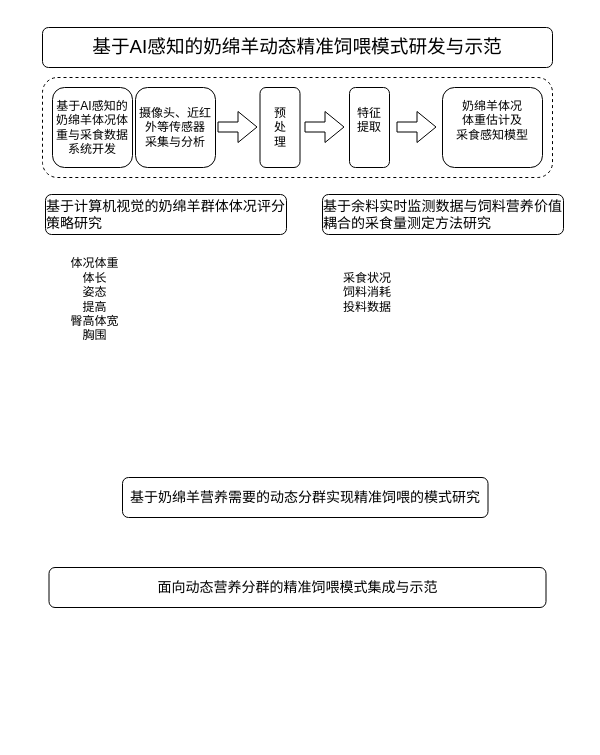
Before: 奶绵羊.drawio in yzy1421/Amateur-women-basketball-in-China, a draw.io diagram. Source tidied: cells renumbered, new cells numbered last; positions are measured from the earlier drawing's top-left corner, leaving out a move shared by most shapes. Both pictures are drawn from the tidied source at 100%, with x=0, y=0 at pixel (42, 27). Pictures stored in the file or linked from it are replaced by grey dashed boxes.
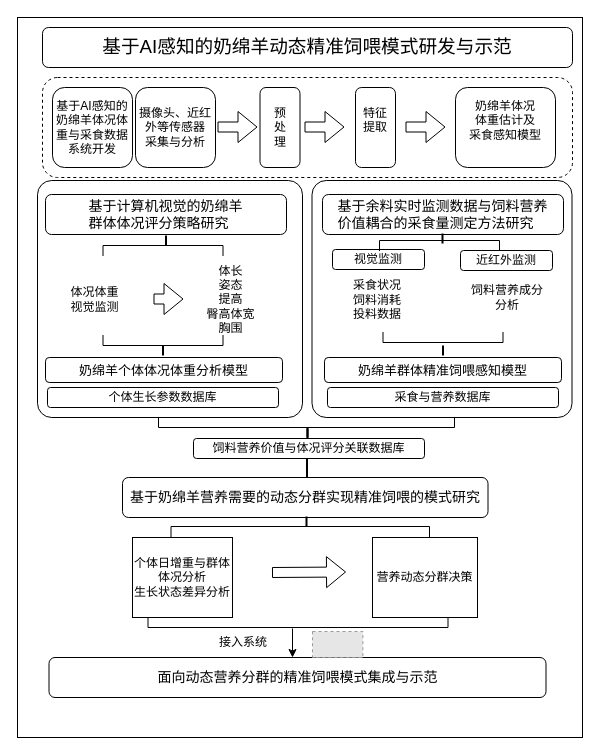
The same diagram, later.

Commit message:
更新奶绵羊.drawio

Change to the diagram source:
```diff
@@
+    <mxCell id="18" style="rounded=0;whiteSpace=wrap;html=1;" parent="1" vertex="1">
+      <mxGeometry x="-25" y="-10" width="565" height="720" as="geometry" />
+    </mxCell>
+    <mxCell id="19" style="rounded=1;whiteSpace=wrap;html=1;arcSize=6;" parent="1" vertex="1">
+      <mxGeometry x="269.5" y="153" width="260" height="237" as="geometry" />
+    </mxCell>
+    <mxCell id="20" style="rounded=1;whiteSpace=wrap;html=1;arcSize=6;" parent="1" vertex="1">
+      <mxGeometry x="-5" y="153" width="265" height="237" as="geometry" />
+    </mxCell>
     <mxCell id="2" value="&lt;p style=&quot;margin: 0pt 0pt 0.0001pt; text-align: justify; font-family: Calibri; font-size: 10.5pt;&quot; class=&quot;MsoNormal&quot;&gt;&lt;span style=&quot;font-family: 楷体; font-size: 14pt;&quot;&gt;&lt;font face=&quot;楷体&quot;&gt;基于&lt;/font&gt;&lt;font face=&quot;楷体&quot;&gt;AI感知的奶绵羊动态精准饲喂模式研发与示范&lt;/font&gt;&lt;/span&gt;&lt;/p&gt;" style="rounded=1;whiteSpace=wrap;html=1;" parent="1" vertex="1">
-      <mxGeometry width="510" height="40" as="geometry" />
+      <mxGeometry width="530" height="40" as="geometry" />
     </mxCell>
-    <mxCell id="3" value="&lt;p style=&quot;margin: 0pt 0pt 0.0001pt; text-align: justify; font-family: &amp;quot;Times New Roman&amp;quot;;&quot; class=&quot;MsoNormal&quot;&gt;&lt;span style=&quot;font-family: 宋体;&quot;&gt;&lt;font style=&quot;font-size: 14px;&quot;&gt;基于计算机视觉的奶绵羊群体&lt;/font&gt;&lt;/span&gt;&lt;span style=&quot;font-size: 14px; font-family: 宋体; background-color: transparent; color: light-dark(rgb(0, 0, 0), rgb(255, 255, 255));&quot;&gt;体况评分策略研究&lt;/span&gt;&lt;/p&gt;" style="rounded=1;whiteSpace=wrap;html=1;" parent="1" vertex="1">
+    <mxCell id="3" value="&lt;p style=&quot;margin: 0pt 0pt 0.0001pt; text-align: justify; font-family: &amp;quot;Times New Roman&amp;quot;;&quot; class=&quot;MsoNormal&quot;&gt;&lt;span style=&quot;font-family: 宋体;&quot;&gt;&lt;font style=&quot;font-size: 14px;&quot;&gt;基于计算机视觉的奶绵&lt;/font&gt;&lt;/span&gt;&lt;span style=&quot;background-color: transparent; color: light-dark(rgb(0, 0, 0), rgb(255, 255, 255)); font-family: 宋体;&quot;&gt;&lt;font style=&quot;font-size: 14px;&quot;&gt;羊&lt;/font&gt;&lt;/span&gt;&lt;/p&gt;&lt;p style=&quot;margin: 0pt 0pt 0.0001pt; text-align: justify; font-family: &amp;quot;Times New Roman&amp;quot;;&quot; class=&quot;MsoNormal&quot;&gt;&lt;span style=&quot;background-color: transparent; color: light-dark(rgb(0, 0, 0), rgb(255, 255, 255)); font-family: 宋体;&quot;&gt;&lt;font style=&quot;font-size: 14px;&quot;&gt;群体&lt;/font&gt;&lt;/span&gt;&lt;span style=&quot;background-color: transparent; color: light-dark(rgb(0, 0, 0), rgb(255, 255, 255)); font-family: 宋体; font-size: 14px;&quot;&gt;体况评分策略研究&lt;/span&gt;&lt;/p&gt;" style="rounded=1;whiteSpace=wrap;html=1;" parent="1" vertex="1">
       <mxGeometry x="3" y="167" width="241" height="40" as="geometry" />
     </mxCell>
-    <mxCell id="4" value="&lt;p style=&quot;margin: 0pt 0pt 0.0001pt; text-align: justify; font-family: &amp;quot;Times New Roman&amp;quot;;&quot; class=&quot;MsoNormal&quot;&gt;&lt;span style=&quot;font-family: 宋体;&quot;&gt;&lt;font style=&quot;font-size: 14px;&quot;&gt;基于余料实时监测数据与饲料营养价值耦合的采食量测定方法研究&lt;/font&gt;&lt;/span&gt;&lt;/p&gt;" style="rounded=1;whiteSpace=wrap;html=1;" parent="1" vertex="1">
+    <mxCell id="4" value="&lt;p style=&quot;margin: 0pt 0pt 0.0001pt; text-align: justify; font-family: &amp;quot;Times New Roman&amp;quot;;&quot; class=&quot;MsoNormal&quot;&gt;&lt;span style=&quot;font-family: 宋体;&quot;&gt;&lt;font style=&quot;font-size: 14px;&quot;&gt;基于余料实时监测数据与&lt;/font&gt;&lt;/span&gt;&lt;span style=&quot;font-size: 14px; font-family: 宋体; background-color: transparent; color: light-dark(rgb(0, 0, 0), rgb(255, 255, 255));&quot;&gt;饲料&lt;/span&gt;&lt;span style=&quot;background-color: transparent; color: light-dark(rgb(0, 0, 0), rgb(255, 255, 255)); font-family: 宋体; font-size: 14px;&quot;&gt;营养&lt;/span&gt;&lt;/p&gt;&lt;p style=&quot;margin: 0pt 0pt 0.0001pt; text-align: justify; font-family: &amp;quot;Times New Roman&amp;quot;;&quot; class=&quot;MsoNormal&quot;&gt;&lt;span style=&quot;background-color: transparent; color: light-dark(rgb(0, 0, 0), rgb(255, 255, 255)); font-family: 宋体; font-size: 14px;&quot;&gt;价值耦合&lt;/span&gt;&lt;span style=&quot;background-color: transparent; color: light-dark(rgb(0, 0, 0), rgb(255, 255, 255)); font-family: 宋体; font-size: 14px;&quot;&gt;的采食量测定方法研究&lt;/span&gt;&lt;/p&gt;" style="rounded=1;whiteSpace=wrap;html=1;" parent="1" vertex="1">
       <mxGeometry x="280" y="167" width="241" height="40" as="geometry" />
     </mxCell>
@@
     <mxCell id="6" value="&lt;p style=&quot;margin: 0pt 0pt 0.0001pt; text-align: justify; font-family: &amp;quot;Times New Roman&amp;quot;;&quot; class=&quot;MsoNormal&quot;&gt;&lt;span style=&quot;font-family: 宋体;&quot;&gt;&lt;font style=&quot;font-size: 14px;&quot;&gt;面向动态营养分群的精准饲喂模式集成与示范&lt;/font&gt;&lt;/span&gt;&lt;/p&gt;" style="rounded=1;whiteSpace=wrap;html=1;" parent="1" vertex="1">
-      <mxGeometry x="6.5" y="540" width="497" height="40" as="geometry" />
+      <mxGeometry x="6.5" y="630" width="497" height="40" as="geometry" />
     </mxCell>
-    <mxCell id="7" value="采食状况&lt;div&gt;饲料消耗&lt;/div&gt;&lt;div&gt;投料数据&lt;br&gt;&lt;div&gt;&lt;br&gt;&lt;/div&gt;&lt;/div&gt;" style="rounded=0;whiteSpace=wrap;html=1;strokeColor=none;" parent="1" vertex="1">
-      <mxGeometry x="280" y="227" width="90" height="90" as="geometry" />
+    <mxCell id="7" value="&lt;div&gt;&lt;br&gt;&lt;/div&gt;&lt;div&gt;&lt;br&gt;&lt;/div&gt;&lt;div&gt;&lt;br&gt;&lt;/div&gt;采食状况&lt;div&gt;饲料消耗&lt;/div&gt;&lt;div&gt;投料数据&lt;/div&gt;&lt;div&gt;&lt;br&gt;&lt;div&gt;&lt;br&gt;&lt;/div&gt;&lt;/div&gt;" style="rounded=0;whiteSpace=wrap;html=1;strokeColor=none;" parent="1" vertex="1">
+      <mxGeometry x="290" y="226" width="90" height="77" as="geometry" />
     </mxCell>
-    <mxCell id="8" value="&lt;div&gt;&lt;div&gt;体况体重&lt;/div&gt;&lt;/div&gt;&lt;div&gt;体长&lt;/div&gt;&lt;div&gt;姿态&lt;/div&gt;&lt;div&gt;提高&lt;/div&gt;&lt;div&gt;臀高体宽&lt;/div&gt;&lt;div&gt;胸围&lt;/div&gt;" style="rounded=0;whiteSpace=wrap;html=1;strokeColor=none;" parent="1" vertex="1">
+    <mxCell id="8" value="&lt;div&gt;&lt;div&gt;体况体重&lt;/div&gt;&lt;/div&gt;&lt;div&gt;视觉监测&lt;/div&gt;" style="rounded=0;whiteSpace=wrap;html=1;strokeColor=none;" parent="1" vertex="1">
       <mxGeometry x="5" y="222" width="95" height="100" as="geometry" />
     </mxCell>
     <mxCell id="9" style="rounded=1;whiteSpace=wrap;html=1;dashed=1;" parent="1" vertex="1">
-      <mxGeometry y="50" width="510" height="100" as="geometry" />
+      <mxGeometry y="50" width="530" height="100" as="geometry" />
     </mxCell>
@@
     <mxCell id="13" value="特征&lt;div&gt;提取&lt;br&gt;&lt;div&gt;&lt;br&gt;&lt;/div&gt;&lt;/div&gt;" style="rounded=1;whiteSpace=wrap;html=1;flipH=0;flipV=0;horizontal=1;fontStyle=0;verticalAlign=middle;" parent="1" vertex="1">
-      <mxGeometry x="307" y="60" width="40" height="80" as="geometry" />
+      <mxGeometry x="313" y="60" width="40" height="80" as="geometry" />
     </mxCell>
     <mxCell id="14" value="&lt;span style=&quot;background-color: transparent; color: light-dark(rgb(0, 0, 0), rgb(255, 255, 255));&quot;&gt;奶绵羊&lt;/span&gt;&lt;span style=&quot;background-color: transparent; color: light-dark(rgb(0, 0, 0), rgb(255, 255, 255));&quot;&gt;体况&lt;/span&gt;&lt;div&gt;&lt;span style=&quot;background-color: transparent; color: light-dark(rgb(0, 0, 0), rgb(255, 255, 255));&quot;&gt;体重估计及&lt;/span&gt;&lt;/div&gt;&lt;div&gt;&lt;span style=&quot;background-color: transparent; color: light-dark(rgb(0, 0, 0), rgb(255, 255, 255));&quot;&gt;采食感知模型&lt;/span&gt;&lt;/div&gt;&lt;div&gt;&lt;div&gt;&lt;br&gt;&lt;/div&gt;&lt;/div&gt;" style="rounded=1;whiteSpace=wrap;html=1;flipH=0;flipV=0;horizontal=1;fontStyle=0;verticalAlign=middle;" parent="1" vertex="1">
-      <mxGeometry x="400" y="60" width="100" height="80" as="geometry" />
+      <mxGeometry x="413" y="60" width="100" height="80" as="geometry" />
     </mxCell>
     <mxCell id="15" style="shape=flexArrow;endArrow=classic;html=1;rounded=0;" parent="1" edge="1">
       <mxGeometry relative="1" as="geometry">
-        <mxPoint x="354" y="99.5" as="sourcePoint" />
-        <mxPoint x="394" y="99.5" as="targetPoint" />
+        <mxPoint x="363" y="99.5" as="sourcePoint" />
+        <mxPoint x="403" y="99.5" as="targetPoint" />
       </mxGeometry>
     </mxCell>
@@
+    <mxCell id="21" value="&lt;div&gt;&lt;br&gt;&lt;/div&gt;&lt;div&gt;&lt;br&gt;&lt;/div&gt;&lt;div&gt;饲料营养成分&lt;/div&gt;&lt;div&gt;分析&lt;br&gt;&lt;div&gt;&lt;br&gt;&lt;/div&gt;&lt;/div&gt;" style="rounded=0;whiteSpace=wrap;html=1;strokeColor=none;" parent="1" vertex="1">
+      <mxGeometry x="420" y="224" width="90" height="77" as="geometry" />
+    </mxCell>
+    <mxCell id="22" value="视觉监测" style="rounded=1;whiteSpace=wrap;html=1;" parent="1" vertex="1">
+      <mxGeometry x="290" y="222" width="92" height="20" as="geometry" />
+    </mxCell>
+    <mxCell id="23" value="近红外监测" style="rounded=1;whiteSpace=wrap;html=1;" parent="1" vertex="1">
+      <mxGeometry x="418" y="223" width="92" height="20" as="geometry" />
+    </mxCell>
+    <mxCell id="24" value="采食与营养数据库" style="rounded=1;whiteSpace=wrap;html=1;" parent="1" vertex="1">
+      <mxGeometry x="285" y="360" width="231" height="20" as="geometry" />
+    </mxCell>
+    <mxCell id="25" value="个体生长参数数据库" style="rounded=1;whiteSpace=wrap;html=1;" parent="1" vertex="1">
+      <mxGeometry x="5" y="360" width="231" height="20" as="geometry" />
+    </mxCell>
+    <mxCell id="26" style="shape=partialRectangle;whiteSpace=wrap;html=1;bottom=1;right=1;left=1;top=0;fillColor=none;routingCenterX=-0.5;rotation=-180;direction=west;" parent="1" vertex="1">
+      <mxGeometry x="116" y="390" width="296" height="10" as="geometry" />
+    </mxCell>
+    <mxCell id="27" style="line;strokeWidth=2;direction=south;html=1;" parent="1" vertex="1">
+      <mxGeometry x="260" y="401" width="10" height="10" as="geometry" />
+    </mxCell>
+    <mxCell id="28" value="饲料营养价值与体况评分关联数据库" style="rounded=1;whiteSpace=wrap;html=1;" parent="1" vertex="1">
+      <mxGeometry x="151" y="411" width="231" height="20" as="geometry" />
+    </mxCell>
+    <mxCell id="29" value="&lt;p style=&quot;margin: 0pt 0pt 0.0001pt; text-align: justify;&quot; class=&quot;MsoNormal&quot;&gt;&lt;font face=&quot;宋体&quot;&gt;&lt;span style=&quot;font-size: 13px;&quot;&gt;奶绵羊个体体况体重分析模型&lt;/span&gt;&lt;/font&gt;&lt;/p&gt;" style="rounded=1;whiteSpace=wrap;html=1;" parent="1" vertex="1">
+      <mxGeometry x="3" y="330" width="237" height="25" as="geometry" />
+    </mxCell>
+    <mxCell id="30" value="&lt;p style=&quot;margin: 0pt 0pt 0.0001pt; text-align: justify;&quot; class=&quot;MsoNormal&quot;&gt;&lt;font face=&quot;宋体&quot;&gt;&lt;span style=&quot;font-size: 13px;&quot;&gt;奶绵羊群体精准饲喂感知模型&lt;/span&gt;&lt;/font&gt;&lt;/p&gt;" style="rounded=1;whiteSpace=wrap;html=1;" parent="1" vertex="1">
+      <mxGeometry x="282" y="330" width="237" height="25" as="geometry" />
+    </mxCell>
+    <mxCell id="31" style="shape=partialRectangle;whiteSpace=wrap;html=1;bottom=1;right=1;left=1;top=0;fillColor=none;routingCenterX=-0.5;rotation=-180;direction=west;" parent="1" vertex="1">
+      <mxGeometry x="340.5" y="305" width="120" height="10" as="geometry" />
+    </mxCell>
+    <mxCell id="32" style="line;strokeWidth=2;direction=south;html=1;" parent="1" vertex="1">
+      <mxGeometry x="395.5" y="318" width="10" height="10" as="geometry" />
+    </mxCell>
+    <mxCell id="33" value="&lt;div&gt;&lt;span style=&quot;background-color: transparent; color: light-dark(rgb(0, 0, 0), rgb(255, 255, 255));&quot;&gt;体长&lt;/span&gt;&lt;/div&gt;&lt;div&gt;姿态&lt;/div&gt;&lt;div&gt;提高&lt;/div&gt;&lt;div&gt;臀高体宽&lt;/div&gt;&lt;div&gt;胸围&lt;/div&gt;" style="rounded=0;whiteSpace=wrap;html=1;strokeColor=none;" parent="1" vertex="1">
+      <mxGeometry x="141" y="222" width="95" height="100" as="geometry" />
+    </mxCell>
+    <mxCell id="34" style="shape=partialRectangle;whiteSpace=wrap;html=1;bottom=1;right=1;left=1;top=0;fillColor=none;routingCenterX=-0.5;rotation=-180;" parent="1" vertex="1">
+      <mxGeometry x="60.5" y="218" width="120" height="10" as="geometry" />
+    </mxCell>
+    <mxCell id="35" style="line;strokeWidth=2;direction=south;html=1;" parent="1" vertex="1">
+      <mxGeometry x="118.5" y="208" width="10" height="10" as="geometry" />
+    </mxCell>
+    <mxCell id="36" style="shape=flexArrow;endArrow=classic;html=1;rounded=0;" parent="1" edge="1">
+      <mxGeometry relative="1" as="geometry">
+        <mxPoint x="111" y="271.5" as="sourcePoint" />
+        <mxPoint x="141" y="271.5" as="targetPoint" />
+      </mxGeometry>
+    </mxCell>
+    <mxCell id="37" style="shape=partialRectangle;whiteSpace=wrap;html=1;bottom=1;right=1;left=1;top=0;fillColor=none;routingCenterX=-0.5;rotation=-180;direction=west;" parent="1" vertex="1">
+      <mxGeometry x="60.5" y="308" width="120" height="10" as="geometry" />
+    </mxCell>
+    <mxCell id="38" style="line;strokeWidth=2;direction=south;html=1;" parent="1" vertex="1">
+      <mxGeometry x="115.5" y="318" width="10" height="10" as="geometry" />
+    </mxCell>
+    <mxCell id="39" value="&lt;div&gt;&lt;div&gt;个体日增重与群体体况分析&lt;/div&gt;&lt;/div&gt;&lt;div&gt;生长状态差异分析&lt;/div&gt;" style="rounded=0;whiteSpace=wrap;html=1;strokeColor=default;" parent="1" vertex="1">
+      <mxGeometry x="90" y="510" width="100" height="80" as="geometry" />
+    </mxCell>
+    <mxCell id="40" value="&lt;div&gt;&lt;div&gt;营养动态分群决策&lt;/div&gt;&lt;/div&gt;" style="rounded=0;whiteSpace=wrap;html=1;strokeColor=default;" parent="1" vertex="1">
+      <mxGeometry x="330" y="510" width="105" height="80" as="geometry" />
+    </mxCell>
+    <mxCell id="41" style="shape=flexArrow;endArrow=classic;html=1;rounded=0;" parent="1" edge="1">
+      <mxGeometry relative="1" as="geometry">
+        <mxPoint x="229.5" y="545" as="sourcePoint" />
+        <mxPoint x="303.5" y="544.5" as="targetPoint" />
+      </mxGeometry>
+    </mxCell>
+    <mxCell id="42" style="shape=partialRectangle;whiteSpace=wrap;html=1;bottom=1;right=1;left=1;top=0;fillColor=none;routingCenterX=-0.5;rotation=-180;direction=west;" parent="1" vertex="1">
+      <mxGeometry x="105.5" y="590" width="300" height="10" as="geometry" />
+    </mxCell>
+    <mxCell id="43" style="edgeStyle=orthogonalEdgeStyle;rounded=0;orthogonalLoop=1;jettySize=auto;html=1;exitX=0.5;exitY=1;exitDx=0;exitDy=0;" parent="1" edge="1">
+      <mxGeometry relative="1" as="geometry">
+        <mxPoint x="250" y="601" as="sourcePoint" />
+        <mxPoint x="250" y="630" as="targetPoint" />
+      </mxGeometry>
+    </mxCell>
+    <mxCell id="44" value="&lt;p style=&quot;margin: 0pt 0pt 0.0001pt; text-align: justify; font-family: 等线;&quot; class=&quot;MsoNormal&quot;&gt;接入系统&lt;/p&gt;" style="rounded=0;whiteSpace=wrap;html=1;strokeColor=none;" parent="1" vertex="1">
+      <mxGeometry x="161" y="604" width="80" height="22.5" as="geometry" />
+    </mxCell>
+    <mxCell id="45" style="fillColor=#E6E6E6;strokeColor=#999999;dashed=1;verticalLabelPosition=bottom;labelBackgroundColor=default;verticalAlign=top;" parent="1" vertex="1">
+      <mxGeometry x="270" y="604" width="50.4" height="26" as="geometry" />
+    </mxCell>
+    <mxCell id="46" style="line;strokeWidth=2;direction=south;html=1;" parent="1" vertex="1">
+      <mxGeometry x="260" y="400" width="10" height="10" as="geometry" />
+    </mxCell>
+    <mxCell id="47" style="line;strokeWidth=2;direction=south;html=1;" parent="1" vertex="1">
+      <mxGeometry x="259.5" y="431" width="10" height="19" as="geometry" />
+    </mxCell>
+    <mxCell id="48" style="shape=partialRectangle;whiteSpace=wrap;html=1;bottom=1;right=1;left=1;top=0;fillColor=none;routingCenterX=-0.5;rotation=-180;" parent="1" vertex="1">
+      <mxGeometry x="337" y="213" width="120" height="10" as="geometry" />
+    </mxCell>
+    <mxCell id="49" style="line;strokeWidth=2;direction=south;html=1;" parent="1" vertex="1">
+      <mxGeometry x="395" y="206" width="10" height="10" as="geometry" />
+    </mxCell>
+    <mxCell id="50" style="shape=partialRectangle;whiteSpace=wrap;html=1;bottom=1;right=1;left=1;top=0;fillColor=none;routingCenterX=-0.5;rotation=-180;" parent="1" vertex="1">
+      <mxGeometry x="128.5" y="499" width="258.5" height="10" as="geometry" />
+    </mxCell>
+    <mxCell id="51" style="line;strokeWidth=2;direction=south;html=1;" parent="1" vertex="1">
+      <mxGeometry x="259" y="489" width="10" height="10" as="geometry" />
+    </mxCell>
```
